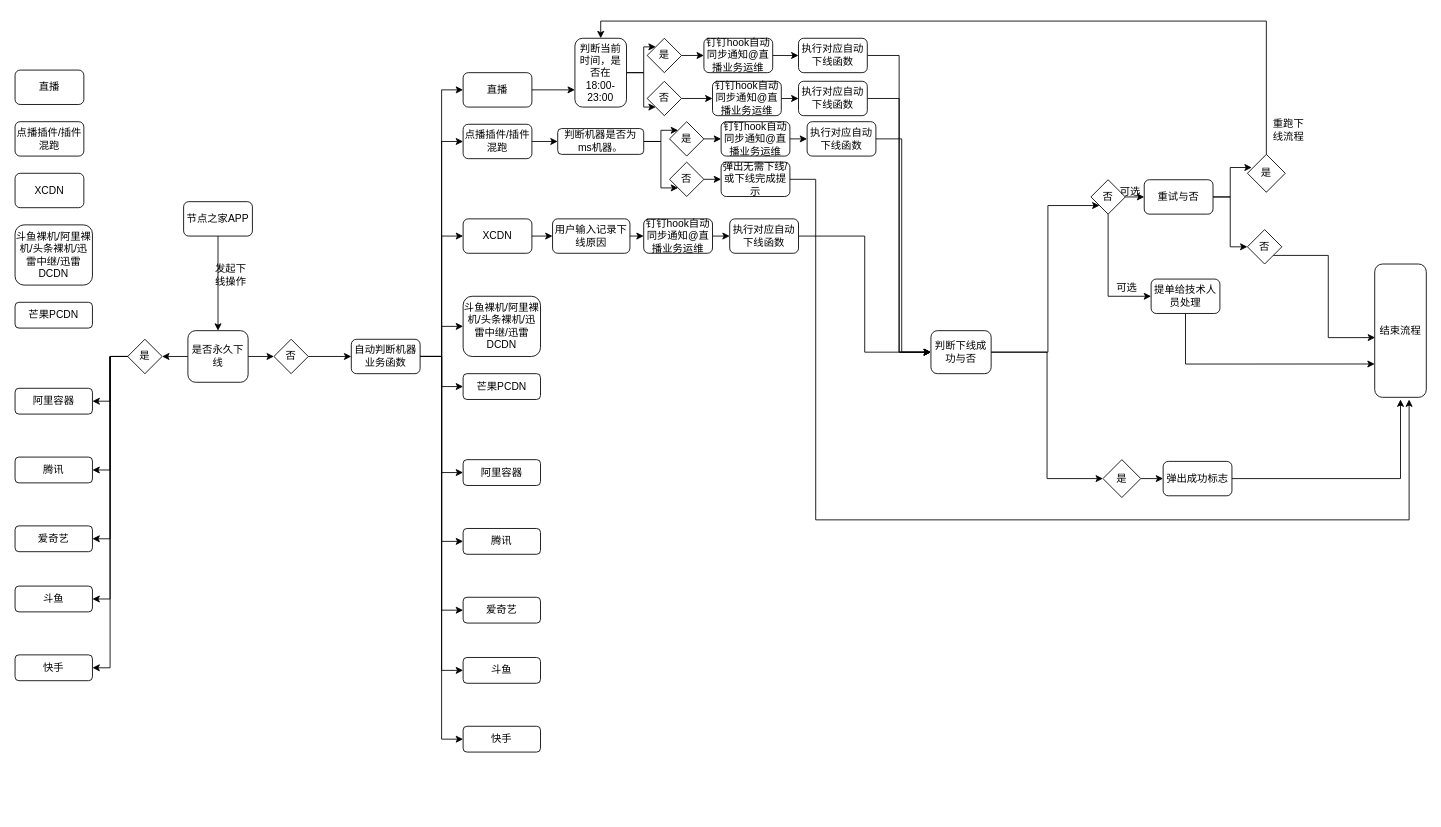
This is Auto_Outline.drawio from Henryblankwu/untitled7, a draw.io file, before an edit. Source tidied: cells renumbered, new cells numbered last; positions are measured from the earlier drawing's top-left corner, leaving out a move shared by most shapes. Both pictures are drawn from the tidied source at 86%, with x=0, y=0 at pixel (15, 21).
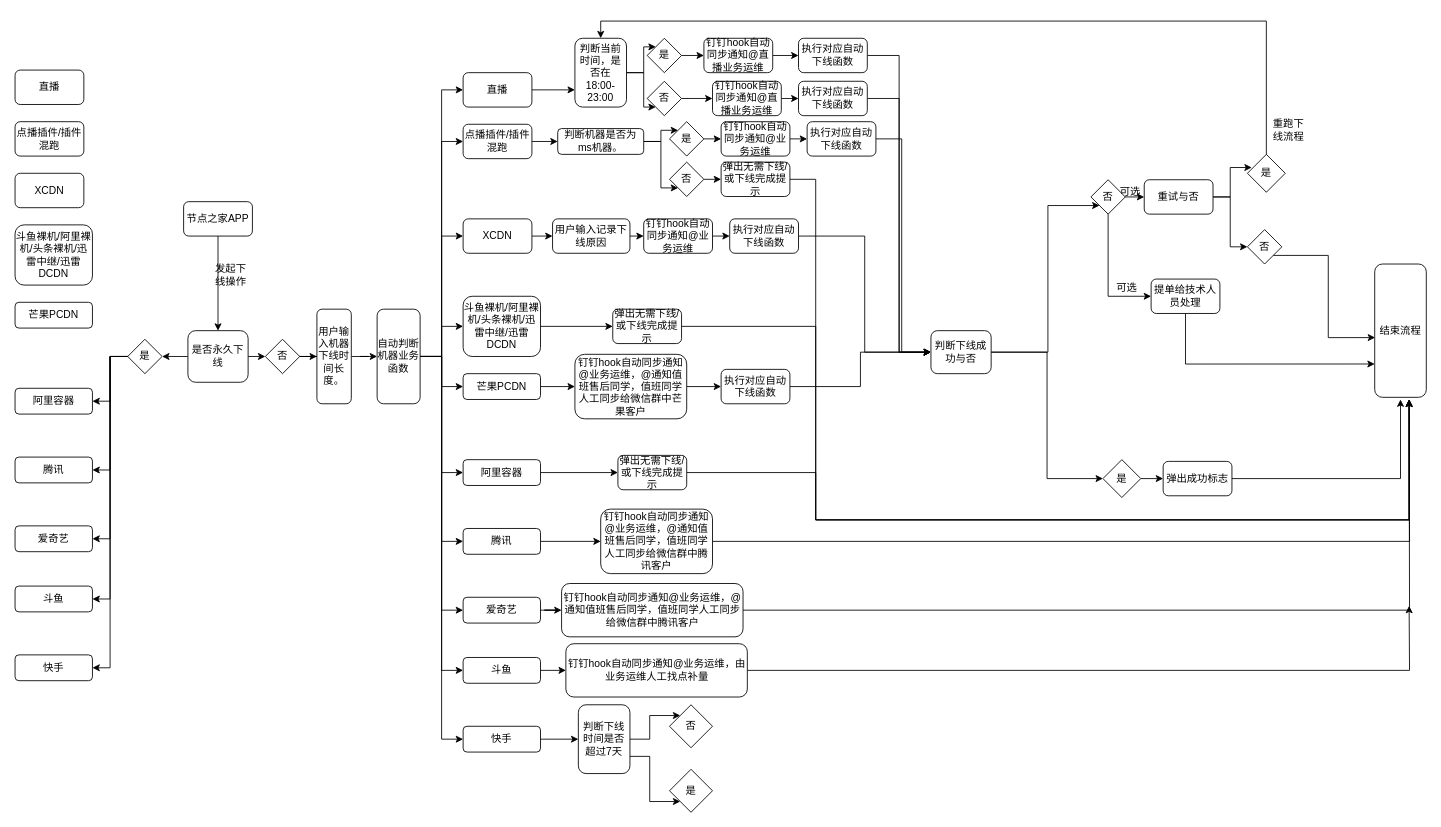
The same page after the edit.

The change refers to these unchanged cells:
```xml
<mxCell id="22" value="斗鱼裸机/阿里裸机/头条裸机/迅雷中继/迅雷DCDN" style="rounded=1;whiteSpace=wrap;html=1;" parent="1" vertex="1">
  <mxGeometry x="521" y="320" width="90" height="70" as="geometry" />
</mxCell>
<mxCell id="58" value="&lt;span&gt;判断下线成功与否&lt;/span&gt;" style="rounded=1;whiteSpace=wrap;html=1;" parent="1" vertex="1">
  <mxGeometry x="1065" y="360" width="70" height="50" as="geometry" />
</mxCell>
<mxCell id="68" value="芒果PCDN" style="rounded=1;whiteSpace=wrap;html=1;" parent="1" vertex="1">
  <mxGeometry x="521" y="410" width="90" height="30" as="geometry" />
</mxCell>
<mxCell id="69" value="阿里容器" style="rounded=1;whiteSpace=wrap;html=1;" parent="1" vertex="1">
  <mxGeometry x="521" y="510" width="90" height="30" as="geometry" />
</mxCell>
<mxCell id="70" value="腾讯" style="rounded=1;whiteSpace=wrap;html=1;" parent="1" vertex="1">
  <mxGeometry x="521" y="590" width="90" height="30" as="geometry" />
</mxCell>
<mxCell id="71" value="爱奇艺" style="rounded=1;whiteSpace=wrap;html=1;" parent="1" vertex="1">
  <mxGeometry x="521" y="670" width="90" height="30" as="geometry" />
</mxCell>
<mxCell id="72" value="斗鱼" style="rounded=1;whiteSpace=wrap;html=1;" parent="1" vertex="1">
  <mxGeometry x="521" y="740" width="90" height="30" as="geometry" />
</mxCell>
<mxCell id="73" value="快手" style="rounded=1;whiteSpace=wrap;html=1;" parent="1" vertex="1">
  <mxGeometry x="521" y="820" width="90" height="30" as="geometry" />
</mxCell>
```

What changed in the source:
```diff
@@
     <mxCell id="13" value="自动判断机器业务函数" style="rounded=1;whiteSpace=wrap;html=1;" parent="1" vertex="1">
-      <mxGeometry x="391" y="370" width="80" height="40" as="geometry" />
+      <mxGeometry x="421" y="335" width="50" height="110" as="geometry" />
     </mxCell>
@@
+    <mxCell id="107" style="edgeStyle=orthogonalEdgeStyle;rounded=0;jettySize=auto;html=1;exitX=1;exitY=0.5;exitDx=0;exitDy=0;entryX=0;entryY=0.5;entryDx=0;entryDy=0;" parent="1" edge="1" source="22" target="115">
+      <mxGeometry relative="1" as="geometry" />
+    </mxCell>
@@
-    <mxCell id="67" value="钉钉hook自动同步通知@直播业务运维" style="rounded=1;whiteSpace=wrap;html=1;" parent="1" vertex="1">
+    <mxCell id="67" value="钉钉hook自动同步通知@业务运维" style="rounded=1;whiteSpace=wrap;html=1;" parent="1" vertex="1">
       <mxGeometry x="821" y="117" width="80" height="40" as="geometry" />
     </mxCell>
+    <mxCell id="108" style="edgeStyle=orthogonalEdgeStyle;rounded=0;jettySize=auto;html=1;exitX=1;exitY=0.5;exitDx=0;exitDy=0;entryX=0;entryY=0.5;entryDx=0;entryDy=0;" parent="1" edge="1" source="68" target="117">
+      <mxGeometry relative="1" as="geometry" />
+    </mxCell>
@@
+    <mxCell id="109" style="edgeStyle=orthogonalEdgeStyle;rounded=0;jettySize=auto;html=1;exitX=1;exitY=0.5;exitDx=0;exitDy=0;entryX=0;entryY=0.5;entryDx=0;entryDy=0;" parent="1" edge="1" source="69" target="121">
+      <mxGeometry relative="1" as="geometry" />
+    </mxCell>
@@
+    <mxCell id="110" style="edgeStyle=orthogonalEdgeStyle;rounded=0;jettySize=auto;html=1;exitX=1;exitY=0.5;exitDx=0;exitDy=0;entryX=0;entryY=0.5;entryDx=0;entryDy=0;" parent="1" edge="1" source="70" target="123">
+      <mxGeometry relative="1" as="geometry" />
+    </mxCell>
@@
+    <mxCell id="111" style="edgeStyle=orthogonalEdgeStyle;rounded=0;jettySize=auto;html=1;exitX=1;exitY=0.5;exitDx=0;exitDy=0;" parent="1" edge="1" source="71" target="125">
+      <mxGeometry relative="1" as="geometry" />
+    </mxCell>
@@
+    <mxCell id="112" style="edgeStyle=orthogonalEdgeStyle;rounded=0;jettySize=auto;html=1;exitX=1;exitY=0.5;exitDx=0;exitDy=0;entryX=0;entryY=0.5;entryDx=0;entryDy=0;" parent="1" edge="1" source="72" target="127">
+      <mxGeometry relative="1" as="geometry" />
+    </mxCell>
@@
+    <mxCell id="113" style="edgeStyle=orthogonalEdgeStyle;rounded=0;jettySize=auto;html=1;exitX=1;exitY=0.5;exitDx=0;exitDy=0;entryX=0;entryY=0.5;entryDx=0;entryDy=0;" parent="1" edge="1" source="73" target="130">
+      <mxGeometry relative="1" as="geometry" />
+    </mxCell>
@@
-    <mxCell id="74" style="edgeStyle=orthogonalEdgeStyle;rounded=0;jettySize=auto;html=1;exitX=1;exitY=0.5;exitDx=0;exitDy=0;" parent="1" edge="1" source="75" target="13">
+    <mxCell id="74" style="edgeStyle=orthogonalEdgeStyle;rounded=0;jettySize=auto;html=1;exitX=1;exitY=0.5;exitDx=0;exitDy=0;" parent="1" edge="1" source="131" target="13">
       <mxGeometry relative="1" as="geometry" />
     </mxCell>
     <mxCell id="75" value="否" style="rhombus;whiteSpace=wrap;html=1;" parent="1" vertex="1">
-      <mxGeometry x="301" y="370" width="40" height="40" as="geometry" />
+      <mxGeometry x="291" y="370" width="40" height="40" as="geometry" />
     </mxCell>
@@
-    <mxCell id="104" value="钉钉hook自动同步通知@直播业务运维" style="rounded=1;whiteSpace=wrap;html=1;" parent="1" vertex="1">
+    <mxCell id="104" value="钉钉hook自动同步通知@业务运维" style="rounded=1;whiteSpace=wrap;html=1;" parent="1" vertex="1">
       <mxGeometry x="731" y="230" width="80" height="40" as="geometry" />
     </mxCell>
@@
+    <mxCell id="114" style="edgeStyle=orthogonalEdgeStyle;rounded=0;jettySize=auto;html=1;exitX=1;exitY=0.5;exitDx=0;exitDy=0;" parent="1" edge="1" source="115">
+      <mxGeometry relative="1" as="geometry">
+        <mxPoint x="1621" y="440" as="targetPoint" />
+        <Array as="points">
+          <mxPoint x="931" y="355" />
+          <mxPoint x="931" y="580" />
+          <mxPoint x="1621" y="580" />
+        </Array>
+      </mxGeometry>
+    </mxCell>
+    <mxCell id="115" value="弹出无需下线/或下线完成提示" style="rounded=1;whiteSpace=wrap;html=1;" parent="1" vertex="1">
+      <mxGeometry x="695" y="335" width="80" height="40" as="geometry" />
+    </mxCell>
+    <mxCell id="116" style="edgeStyle=orthogonalEdgeStyle;rounded=0;jettySize=auto;html=1;exitX=1;exitY=0.5;exitDx=0;exitDy=0;entryX=0;entryY=0.5;entryDx=0;entryDy=0;" parent="1" edge="1" source="117" target="119">
+      <mxGeometry relative="1" as="geometry" />
+    </mxCell>
+    <mxCell id="117" value="钉钉hook自动同步通知@业务运维，@通知值班售后同学，值班同学人工同步给微信群中芒果客户" style="rounded=1;whiteSpace=wrap;html=1;" parent="1" vertex="1">
+      <mxGeometry x="651" y="387.5" width="130" height="75" as="geometry" />
+    </mxCell>
+    <mxCell id="118" style="edgeStyle=orthogonalEdgeStyle;rounded=0;jettySize=auto;html=1;exitX=1;exitY=0.5;exitDx=0;exitDy=0;entryX=0;entryY=0.5;entryDx=0;entryDy=0;" parent="1" edge="1" source="119" target="58">
+      <mxGeometry relative="1" as="geometry" />
+    </mxCell>
+    <mxCell id="119" value="执行对应自动下线函数" style="rounded=1;whiteSpace=wrap;html=1;" parent="1" vertex="1">
+      <mxGeometry x="821" y="405" width="80" height="40" as="geometry" />
+    </mxCell>
+    <mxCell id="120" style="edgeStyle=orthogonalEdgeStyle;rounded=0;jettySize=auto;html=1;exitX=1;exitY=0.5;exitDx=0;exitDy=0;" parent="1" edge="1" source="121">
+      <mxGeometry relative="1" as="geometry">
+        <mxPoint x="1621" y="440" as="targetPoint" />
+        <Array as="points">
+          <mxPoint x="931" y="525" />
+          <mxPoint x="931" y="580" />
+          <mxPoint x="1621" y="580" />
+        </Array>
+      </mxGeometry>
+    </mxCell>
+    <mxCell id="121" value="弹出无需下线/或下线完成提示" style="rounded=1;whiteSpace=wrap;html=1;" parent="1" vertex="1">
+      <mxGeometry x="701" y="505" width="80" height="40" as="geometry" />
+    </mxCell>
+    <mxCell id="122" style="edgeStyle=orthogonalEdgeStyle;rounded=0;jettySize=auto;html=1;exitX=1;exitY=0.5;exitDx=0;exitDy=0;" parent="1" edge="1" source="123">
+      <mxGeometry relative="1" as="geometry">
+        <mxPoint x="1621" y="440" as="targetPoint" />
+      </mxGeometry>
+    </mxCell>
+    <mxCell id="123" value="钉钉hook自动同步通知@业务运维，@通知值班售后同学，值班同学人工同步给微信群中腾讯客户" style="rounded=1;whiteSpace=wrap;html=1;" parent="1" vertex="1">
+      <mxGeometry x="681" y="567.5" width="130" height="75" as="geometry" />
+    </mxCell>
+    <mxCell id="124" style="edgeStyle=orthogonalEdgeStyle;rounded=0;jettySize=auto;html=1;exitX=1;exitY=0.5;exitDx=0;exitDy=0;" parent="1" edge="1" source="125">
+      <mxGeometry relative="1" as="geometry">
+        <mxPoint x="1621" y="440" as="targetPoint" />
+      </mxGeometry>
+    </mxCell>
+    <mxCell id="125" value="钉钉hook自动同步通知@业务运维，@通知值班售后同学，值班同学人工同步给微信群中腾讯客户" style="rounded=1;whiteSpace=wrap;html=1;" parent="1" vertex="1">
+      <mxGeometry x="635.5" y="654" width="211" height="62" as="geometry" />
+    </mxCell>
+    <mxCell id="126" style="edgeStyle=orthogonalEdgeStyle;rounded=0;jettySize=auto;html=1;exitX=1;exitY=0.5;exitDx=0;exitDy=0;" parent="1" edge="1" source="127">
+      <mxGeometry relative="1" as="geometry">
+        <mxPoint x="1621" y="680" as="targetPoint" />
+      </mxGeometry>
+    </mxCell>
+    <mxCell id="127" value="钉钉hook自动同步通知@业务运维，由业务运维人工找点补量" style="rounded=1;whiteSpace=wrap;html=1;" parent="1" vertex="1">
+      <mxGeometry x="640.5" y="724" width="211" height="62" as="geometry" />
+    </mxCell>
+    <mxCell id="128" style="edgeStyle=orthogonalEdgeStyle;rounded=0;jettySize=auto;html=1;exitX=1;exitY=0.5;exitDx=0;exitDy=0;entryX=0;entryY=0;entryDx=0;entryDy=0;" parent="1" edge="1" source="130" target="133">
+      <mxGeometry relative="1" as="geometry" />
+    </mxCell>
+    <mxCell id="129" style="edgeStyle=orthogonalEdgeStyle;rounded=0;jettySize=auto;html=1;exitX=1;exitY=0.75;exitDx=0;exitDy=0;entryX=0;entryY=1;entryDx=0;entryDy=0;" parent="1" edge="1" source="130" target="134">
+      <mxGeometry relative="1" as="geometry" />
+    </mxCell>
+    <mxCell id="130" value="判断下线时间是否超过7天" style="rounded=1;whiteSpace=wrap;html=1;" parent="1" vertex="1">
+      <mxGeometry x="655" y="795" width="60" height="80" as="geometry" />
+    </mxCell>
+    <mxCell id="131" value="用户输入机器下线时间长度。" style="rounded=1;whiteSpace=wrap;html=1;" parent="1" vertex="1">
+      <mxGeometry x="351" y="335" width="40" height="110" as="geometry" />
+    </mxCell>
+    <mxCell id="132" style="edgeStyle=orthogonalEdgeStyle;rounded=0;jettySize=auto;html=1;exitX=1;exitY=0.5;exitDx=0;exitDy=0;" parent="1" edge="1" source="75" target="131">
+      <mxGeometry relative="1" as="geometry" />
+    </mxCell>
+    <mxCell id="133" value="否" style="rhombus;whiteSpace=wrap;html=1;" parent="1" vertex="1">
+      <mxGeometry x="761" y="795" width="50" height="50" as="geometry" />
+    </mxCell>
+    <mxCell id="134" value="是" style="rhombus;whiteSpace=wrap;html=1;" parent="1" vertex="1">
+      <mxGeometry x="761" y="870" width="50" height="50" as="geometry" />
+    </mxCell>
```
